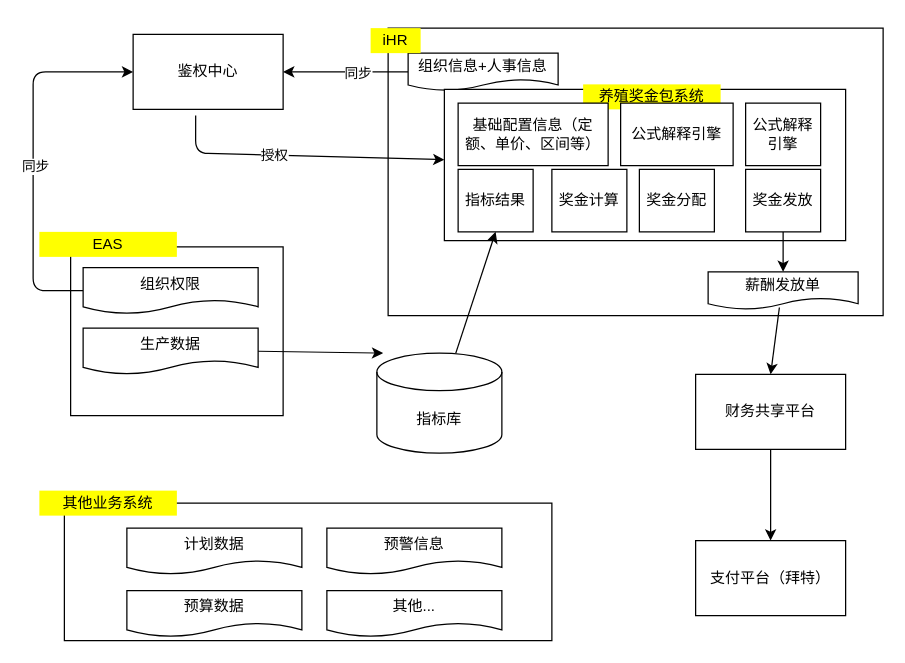
The draw.io diagram Untitled Diagram.drawio in wuwenjian-tech/share, before the edit. Source tidied: cells renumbered, new cells numbered last; positions are measured from the earlier drawing's top-left corner, leaving out a move shared by most shapes. Both pictures are drawn from the tidied source at 125%, with x=0, y=0 at pixel (32, 28).
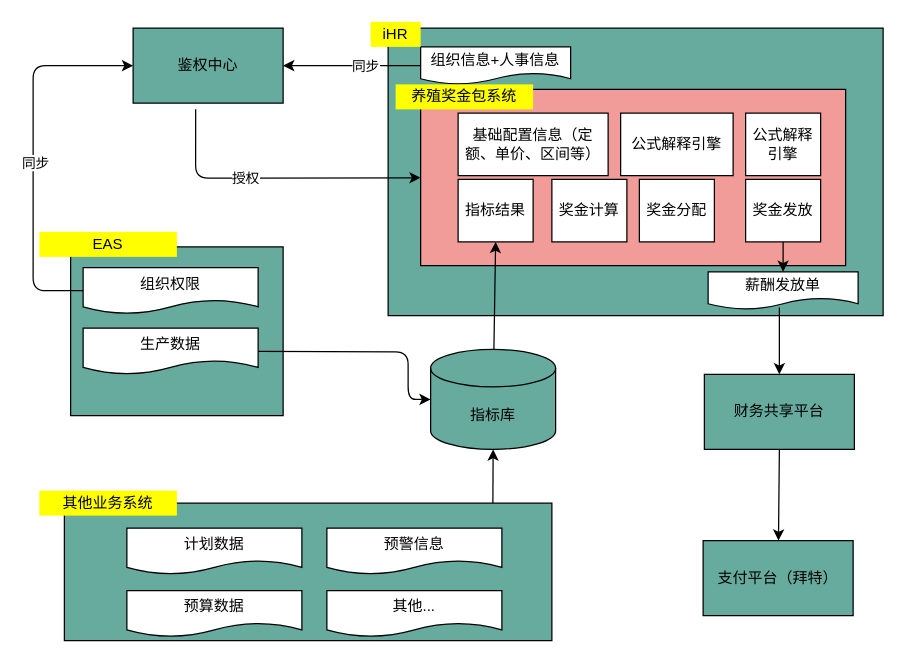
Above is the later version.

Commit message:
奖金包系统关系图.drawio

Unchanged cells that the change refers to:
```xml
<mxCell id="12" value="组织权限" style="shape=document;whiteSpace=wrap;html=1;boundedLbl=1;" parent="1" vertex="1">
  <mxGeometry x="40" y="191.5" width="140" height="37" as="geometry" />
</mxCell>
<mxCell id="19" value="生产数据" style="shape=document;whiteSpace=wrap;html=1;boundedLbl=1;" parent="1" vertex="1">
  <mxGeometry x="40" y="240" width="140" height="37" as="geometry" />
</mxCell>
```

Change to the diagram source:
```diff
@@
-    <mxCell id="2" value="鉴权中心" style="rounded=0;whiteSpace=wrap;html=1;" parent="1" vertex="1">
-      <mxGeometry x="80" y="5" width="120" height="60" as="geometry" />
+    <mxCell id="2" value="鉴权中心" style="rounded=0;whiteSpace=wrap;html=1;fillColor=#67AB9F;" parent="1" vertex="1">
+      <mxGeometry x="80" width="120" height="60" as="geometry" />
     </mxCell>
-    <mxCell id="3" style="rounded=0;whiteSpace=wrap;html=1;" parent="1" vertex="1">
+    <mxCell id="3" style="rounded=0;whiteSpace=wrap;html=1;fillColor=#67AB9F;" parent="1" vertex="1">
       <mxGeometry x="284" width="396" height="230" as="geometry" />
     </mxCell>
-    <mxCell id="4" value="指标库" style="shape=cylinder3;whiteSpace=wrap;html=1;boundedLbl=1;backgroundOutline=1;size=15;" parent="1" vertex="1">
-      <mxGeometry x="275" y="260" width="100" height="80" as="geometry" />
+    <mxCell id="4" value="指标库" style="shape=cylinder3;whiteSpace=wrap;html=1;boundedLbl=1;backgroundOutline=1;size=15;fillColor=#67AB9F;" parent="1" vertex="1">
+      <mxGeometry x="318" y="257" width="100" height="80" as="geometry" />
     </mxCell>
-    <mxCell id="5" style="rounded=0;whiteSpace=wrap;html=1;" parent="1" vertex="1">
+    <mxCell id="5" style="rounded=0;whiteSpace=wrap;html=1;fillColor=#67AB9F;" parent="1" vertex="1">
       <mxGeometry x="30" y="175" width="170" height="135" as="geometry" />
     </mxCell>
-    <mxCell id="6" style="rounded=0;whiteSpace=wrap;html=1;" parent="1" vertex="1">
+    <mxCell id="6" style="rounded=0;whiteSpace=wrap;html=1;fillColor=#67AB9F;" parent="1" vertex="1">
       <mxGeometry x="25" y="380" width="390" height="110" as="geometry" />
     </mxCell>
@@
     <mxCell id="9" value="组织信息+人事信息" style="shape=document;whiteSpace=wrap;html=1;boundedLbl=1;" parent="1" vertex="1">
-      <mxGeometry x="300" y="20" width="120" height="30" as="geometry" />
+      <mxGeometry x="310" y="15" width="120" height="30" as="geometry" />
     </mxCell>
     <mxCell id="10" style="endArrow=classic;html=1;exitX=0;exitY=0.5;exitDx=0;exitDy=0;entryX=0;entryY=0.5;entryDx=0;entryDy=0;" parent="1" edge="1" source="12" target="2">
       <mxGeometry relative="1" as="geometry">
         <Array as="points">
           <mxPoint y="210" />
-          <mxPoint y="35" />
+          <mxPoint y="30" />
         </Array>
       </mxGeometry>
     </mxCell>
@@
     <mxCell id="13" value="iHR" style="text;html=1;strokeColor=none;fillColor=#FFFF00;align=center;verticalAlign=middle;whiteSpace=wrap;rounded=0;" parent="1" vertex="1">
-      <mxGeometry x="270" width="40" height="20" as="geometry" />
+      <mxGeometry x="270" y="-5" width="40" height="20" as="geometry" />
     </mxCell>
-    <mxCell id="14" style="rounded=0;whiteSpace=wrap;html=1;" parent="1" vertex="1">
-      <mxGeometry x="329" y="49" width="321" height="121" as="geometry" />
+    <mxCell id="14" style="rounded=0;whiteSpace=wrap;html=1;fillColor=#F19C99;" parent="1" vertex="1">
+      <mxGeometry x="310" y="49" width="340" height="141" as="geometry" />
     </mxCell>
     <mxCell id="15" style="endArrow=classic;html=1;exitX=0.417;exitY=1.083;exitDx=0;exitDy=0;exitPerimeter=0;" parent="1" edge="1" source="2" target="14">
       <mxGeometry relative="1" as="geometry">
         <Array as="points">
-          <mxPoint x="130" y="100" />
+          <mxPoint x="130" y="120" />
         </Array>
       </mxGeometry>
     </mxCell>
@@
     <mxCell id="17" value="养殖奖金包系统" style="text;html=1;strokeColor=none;fillColor=#FFFF00;align=center;verticalAlign=middle;whiteSpace=wrap;rounded=0;" parent="1" vertex="1">
-      <mxGeometry x="440" y="45" width="110" height="20" as="geometry" />
+      <mxGeometry x="290" y="45" width="110" height="20" as="geometry" />
     </mxCell>
@@
-    <mxCell id="20" style="endArrow=classic;html=1;exitX=1;exitY=0.5;exitDx=0;exitDy=0;" parent="1" edge="1" source="19">
+    <mxCell id="20" style="endArrow=classic;html=1;exitX=1;exitY=0.5;exitDx=0;exitDy=0;entryX=0;entryY=0.5;entryDx=0;entryDy=0;entryPerimeter=0;" parent="1" edge="1" source="19" target="4">
       <mxGeometry relative="1" as="geometry">
-        <mxPoint x="280" y="260" as="targetPoint" />
+        <Array as="points">
+          <mxPoint x="300" y="259" />
+          <mxPoint x="300" y="297" />
+        </Array>
       </mxGeometry>
     </mxCell>
@@
     <mxCell id="26" value="基础配置信息（定额、单价、区间等）" style="rounded=0;whiteSpace=wrap;html=1;" parent="1" vertex="1">
-      <mxGeometry x="340" y="60" width="120" height="50" as="geometry" />
+      <mxGeometry x="340" y="68" width="120" height="50" as="geometry" />
     </mxCell>
     <mxCell id="27" value="公式解释引擎" style="rounded=0;whiteSpace=wrap;html=1;" parent="1" vertex="1">
-      <mxGeometry x="470" y="60" width="90" height="50" as="geometry" />
+      <mxGeometry x="470" y="68" width="90" height="50" as="geometry" />
     </mxCell>
     <mxCell id="28" value="公式解释引擎" style="rounded=0;whiteSpace=wrap;html=1;" parent="1" vertex="1">
-      <mxGeometry x="570" y="60" width="60" height="50" as="geometry" />
+      <mxGeometry x="570" y="68" width="60" height="50" as="geometry" />
     </mxCell>
-    <mxCell id="29" value="财务共享平台" style="rounded=0;whiteSpace=wrap;html=1;" parent="1" vertex="1">
-      <mxGeometry x="530" y="277" width="120" height="60" as="geometry" />
+    <mxCell id="29" value="财务共享平台" style="rounded=0;whiteSpace=wrap;html=1;fillColor=#67AB9F;" parent="1" vertex="1">
+      <mxGeometry x="537" y="277" width="120" height="60" as="geometry" />
     </mxCell>
-    <mxCell id="30" value="支付平台（拜特）" style="rounded=0;whiteSpace=wrap;html=1;" parent="1" vertex="1">
-      <mxGeometry x="530" y="410" width="120" height="60" as="geometry" />
+    <mxCell id="30" value="支付平台（拜特）" style="rounded=0;whiteSpace=wrap;html=1;fillColor=#67AB9F;" parent="1" vertex="1">
+      <mxGeometry x="536" y="410" width="120" height="60" as="geometry" />
     </mxCell>
     <mxCell id="31" value="奖金计算" style="rounded=0;whiteSpace=wrap;html=1;" parent="1" vertex="1">
-      <mxGeometry x="415" y="113" width="60" height="50" as="geometry" />
+      <mxGeometry x="415" y="121" width="60" height="50" as="geometry" />
     </mxCell>
     <mxCell id="32" value="奖金分配" style="rounded=0;whiteSpace=wrap;html=1;" parent="1" vertex="1">
-      <mxGeometry x="485" y="113" width="60" height="50" as="geometry" />
+      <mxGeometry x="485" y="121" width="60" height="50" as="geometry" />
     </mxCell>
     <mxCell id="33" value="奖金发放" style="rounded=0;whiteSpace=wrap;html=1;" parent="1" vertex="1">
-      <mxGeometry x="570" y="113" width="60" height="50" as="geometry" />
+      <mxGeometry x="570" y="121" width="60" height="50" as="geometry" />
     </mxCell>
@@
     <mxCell id="38" value="指标结果" style="rounded=0;whiteSpace=wrap;html=1;" parent="1" vertex="1">
-      <mxGeometry x="340" y="113" width="60" height="50" as="geometry" />
+      <mxGeometry x="340" y="121" width="60" height="50" as="geometry" />
     </mxCell>
@@
+    <mxCell id="40" style="endArrow=classic;html=1;entryX=0.5;entryY=1;entryDx=0;entryDy=0;entryPerimeter=0;exitX=0.879;exitY=0;exitDx=0;exitDy=0;exitPerimeter=0;" parent="1" edge="1" source="6" target="4">
+      <mxGeometry relative="1" as="geometry" />
+    </mxCell>
```
